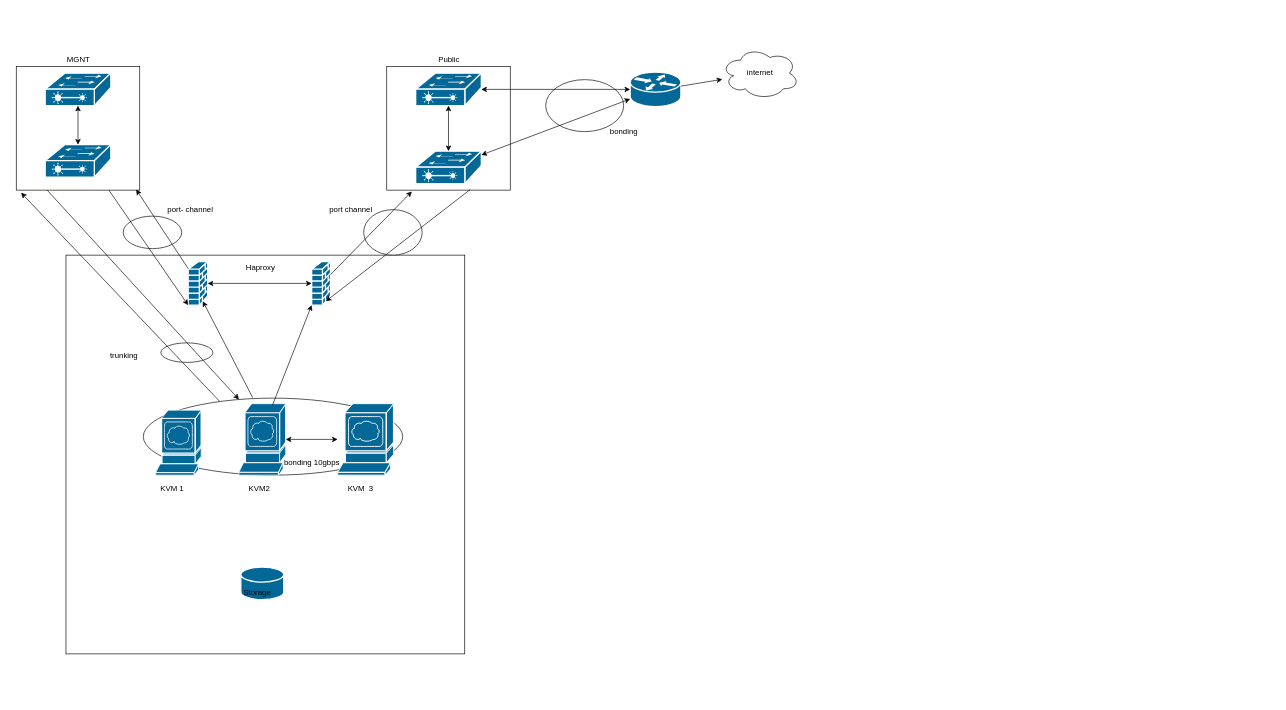
Before: Untitled Diagram.drawio in nda1997/ghi-chep-chung, a draw.io diagram. Source tidied: cells renumbered, new cells numbered last; positions are measured from the earlier drawing's top-left corner, leaving out a move shared by most shapes. Both pictures are drawn from the tidied source at 65%, with x=0, y=0 at pixel (16, 47).
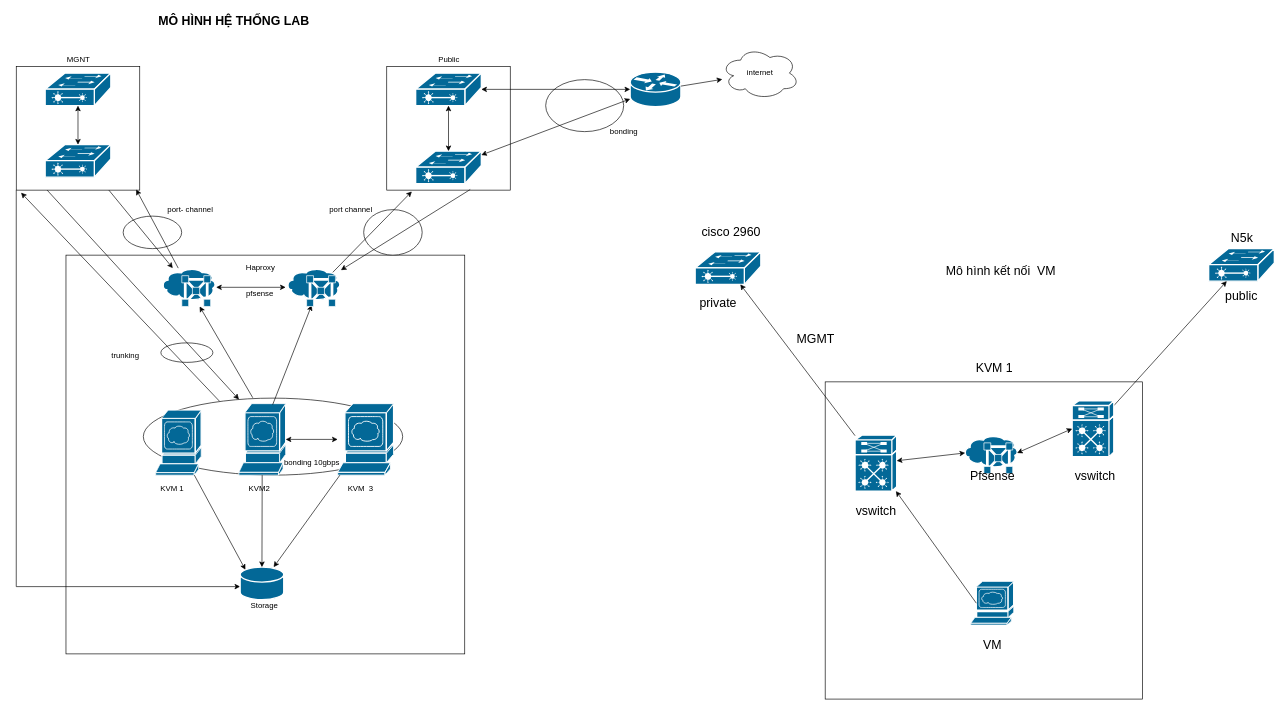
Above is the later version.

Unchanged cells that the change refers to:
```xml
<mxCell id="7" style="ellipse;whiteSpace=wrap;html=1;" parent="1" vertex="1">
  <mxGeometry x="195" y="540" width="399" height="118.5" as="geometry" />
</mxCell>
<mxCell id="8" style="whiteSpace=wrap;html=1;" parent="1" vertex="1">
  <mxGeometry x="569.5" y="30" width="190" height="190" as="geometry" />
</mxCell>
<mxCell id="9" style="whiteSpace=wrap;html=1;" parent="1" vertex="1">
  <mxGeometry x="-0.5" y="30" width="190" height="190" as="geometry" />
</mxCell>
<mxCell id="17" style="shape=mxgraph.cisco.servers.www_server;sketch=0;html=1;dashed=0;fillColor=#036897;strokeColor=#ffffff;strokeWidth=2;verticalLabelPosition=bottom;verticalAlign=top;align=center;outlineConnect=0;" parent="1" vertex="1">
  <mxGeometry x="342" y="548.5" width="72" height="110" as="geometry" />
</mxCell>
<mxCell id="18" style="shape=mxgraph.cisco.servers.www_server;sketch=0;html=1;dashed=0;fillColor=#036897;strokeColor=#ffffff;strokeWidth=2;verticalLabelPosition=bottom;verticalAlign=top;align=center;outlineConnect=0;" parent="1" vertex="1">
  <mxGeometry x="494" y="548.5" width="86" height="110" as="geometry" />
</mxCell>
<mxCell id="19" style="shape=mxgraph.cisco.servers.www_server;sketch=0;html=1;dashed=0;fillColor=#036897;strokeColor=#ffffff;strokeWidth=2;verticalLabelPosition=bottom;verticalAlign=top;align=center;outlineConnect=0;" parent="1" vertex="1">
  <mxGeometry x="214" y="558.5" width="70" height="100" as="geometry" />
</mxCell>
```

The edit, as a diff of the source:
```diff
@@
+    <mxCell id="49" style="edgeStyle=orthogonalEdgeStyle;rounded=0;jettySize=auto;html=1;exitX=0;exitY=1;exitDx=0;exitDy=0;" parent="1" edge="1" source="9" target="16">
+      <mxGeometry relative="1" as="geometry">
+        <Array as="points">
+          <mxPoint y="830" />
+        </Array>
+      </mxGeometry>
+    </mxCell>
@@
     <mxCell id="16" style="shape=mxgraph.cisco.storage.relational_database;sketch=0;html=1;dashed=0;fillColor=#036897;strokeColor=#ffffff;strokeWidth=2;verticalLabelPosition=bottom;verticalAlign=top;align=center;outlineConnect=0;" parent="1" vertex="1">
-      <mxGeometry x="345" y="800" width="66" height="50" as="geometry" />
+      <mxGeometry x="344" y="800" width="67" height="50" as="geometry" />
     </mxCell>
@@
     <mxCell id="20" value="Storage&lt;br&gt;" style="text;html=1;align=center;verticalAlign=middle;strokeColor=none;fillColor=none;" parent="1" vertex="1">
-      <mxGeometry x="339.5" y="830" width="60" height="20" as="geometry" />
+      <mxGeometry x="351" y="850" width="60" height="20" as="geometry" />
     </mxCell>
@@
-    <mxCell id="24" style="shape=mxgraph.cisco.security.firewall;sketch=0;html=1;dashed=0;fillColor=#036897;strokeColor=#ffffff;strokeWidth=2;verticalLabelPosition=bottom;verticalAlign=top;align=center;outlineConnect=0;" parent="1" vertex="1">
-      <mxGeometry x="264" y="330" width="30" height="67" as="geometry" />
-    </mxCell>
-    <mxCell id="25" style="shape=mxgraph.cisco.security.firewall;sketch=0;html=1;dashed=0;fillColor=#036897;strokeColor=#ffffff;strokeWidth=2;verticalLabelPosition=bottom;verticalAlign=top;align=center;outlineConnect=0;" parent="1" vertex="1">
-      <mxGeometry x="454" y="330" width="29" height="67" as="geometry" />
-    </mxCell>
-    <mxCell id="26" style="endArrow=classic;startArrow=classic;html=1;rounded=0;" parent="1" edge="1" source="24" target="25">
-      <mxGeometry relative="1" as="geometry" />
-    </mxCell>
@@
-    <mxCell id="30" style="endArrow=classic;html=1;rounded=0;entryX=0.75;entryY=0.91;entryDx=0;entryDy=0;entryPerimeter=0;exitX=0.422;exitY=-0.005;exitDx=0;exitDy=0;exitPerimeter=0;" parent="1" edge="1" source="7" target="24">
+    <mxCell id="30" style="endArrow=classic;html=1;rounded=0;exitX=0.422;exitY=-0.005;exitDx=0;exitDy=0;exitPerimeter=0;" parent="1" edge="1" source="7" target="61">
       <mxGeometry relative="1" as="geometry" />
     </mxCell>
-    <mxCell id="31" style="endArrow=classic;html=1;rounded=0;entryX=0;entryY=1;entryDx=0;entryDy=0;entryPerimeter=0;" parent="1" edge="1" target="25">
+    <mxCell id="31" style="endArrow=classic;html=1;rounded=0;entryX=0;entryY=1;entryDx=0;entryDy=0;entryPerimeter=0;" parent="1" edge="1">
       <mxGeometry relative="1" as="geometry">
         <mxPoint x="394" y="550" as="sourcePoint" />
+        <mxPoint x="454" y="397" as="targetPoint" />
       </mxGeometry>
     </mxCell>
-    <mxCell id="32" style="endArrow=classic;html=1;rounded=0;entryX=0;entryY=1;entryDx=0;entryDy=0;entryPerimeter=0;exitX=0.75;exitY=1;exitDx=0;exitDy=0;" parent="1" edge="1" source="9" target="24">
+    <mxCell id="32" style="endArrow=classic;html=1;rounded=0;exitX=0.75;exitY=1;exitDx=0;exitDy=0;" parent="1" edge="1" source="9" target="61">
       <mxGeometry relative="1" as="geometry" />
     </mxCell>
-    <mxCell id="33" style="endArrow=classic;html=1;rounded=0;entryX=0.971;entryY=0.995;entryDx=0;entryDy=0;entryPerimeter=0;" parent="1" edge="1" source="24" target="9">
+    <mxCell id="33" style="endArrow=classic;html=1;rounded=0;entryX=0.971;entryY=0.995;entryDx=0;entryDy=0;entryPerimeter=0;" parent="1" edge="1" source="61" target="9">
       <mxGeometry relative="1" as="geometry" />
     </mxCell>
@@
-    <mxCell id="36" style="endArrow=classic;html=1;rounded=0;exitX=0.676;exitY=0.995;exitDx=0;exitDy=0;exitPerimeter=0;entryX=0.75;entryY=0.91;entryDx=0;entryDy=0;entryPerimeter=0;" parent="1" edge="1" source="8" target="25">
+    <mxCell id="36" style="endArrow=classic;html=1;rounded=0;exitX=0.676;exitY=0.995;exitDx=0;exitDy=0;exitPerimeter=0;" parent="1" edge="1" source="8" target="62">
       <mxGeometry relative="1" as="geometry" />
     </mxCell>
@@
     <mxCell id="39" value="trunking&lt;br&gt;" style="text;html=1;align=center;verticalAlign=middle;strokeColor=none;fillColor=none;" parent="1" vertex="1">
-      <mxGeometry x="135" y="465" width="60" height="20" as="geometry" />
+      <mxGeometry x="137" y="465" width="60" height="20" as="geometry" />
     </mxCell>
@@
+    <mxCell id="50" value="pfsense&lt;br&gt;" style="text;html=1;align=center;verticalAlign=middle;strokeColor=none;fillColor=none;" parent="1" vertex="1">
+      <mxGeometry x="344" y="370" width="60" height="20" as="geometry" />
+    </mxCell>
+    <mxCell id="51" style="endArrow=classic;html=1;rounded=0;entryX=0.5;entryY=0;entryDx=0;entryDy=0;entryPerimeter=0;" parent="1" edge="1" source="17" target="16">
+      <mxGeometry relative="1" as="geometry" />
+    </mxCell>
+    <mxCell id="52" style="endArrow=classic;html=1;rounded=0;" parent="1" edge="1" source="18" target="16">
+      <mxGeometry relative="1" as="geometry" />
+    </mxCell>
+    <mxCell id="53" style="endArrow=classic;html=1;rounded=0;entryX=0.12;entryY=0.08;entryDx=0;entryDy=0;entryPerimeter=0;exitX=0.85;exitY=1;exitDx=0;exitDy=0;exitPerimeter=0;" parent="1" edge="1" source="19" target="16">
+      <mxGeometry relative="1" as="geometry" />
+    </mxCell>
+    <mxCell id="54" value="MÔ HÌNH HỆ THỐNG LAB&lt;br style=&quot;font-size: 19px;&quot;&gt;" style="text;html=1;align=center;verticalAlign=middle;strokeColor=none;fillColor=none;fontStyle=1;fontSize=19;" parent="1" vertex="1">
+      <mxGeometry x="209" y="-55" width="250" height="30" as="geometry" />
+    </mxCell>
+    <mxCell id="55" value="Mô hình kết nối&amp;nbsp; VM&lt;br&gt;" style="text;html=1;align=center;verticalAlign=middle;strokeColor=none;fillColor=none;fontSize=19;" parent="1" vertex="1">
+      <mxGeometry x="1424" y="330" width="180" height="30" as="geometry" />
+    </mxCell>
+    <mxCell id="56" style="whiteSpace=wrap;html=1;fontSize=19;" parent="1" vertex="1">
+      <mxGeometry x="1244" y="515" width="488" height="488" as="geometry" />
+    </mxCell>
+    <mxCell id="57" style="shape=mxgraph.cisco.servers.www_server;sketch=0;html=1;dashed=0;fillColor=#036897;strokeColor=#ffffff;strokeWidth=2;verticalLabelPosition=bottom;verticalAlign=top;align=center;outlineConnect=0;fontSize=19;" parent="1" vertex="1">
+      <mxGeometry x="1468" y="822" width="66" height="67" as="geometry" />
+    </mxCell>
+    <mxCell id="58" value="VM&lt;br&gt;" style="text;html=1;align=center;verticalAlign=middle;strokeColor=none;fillColor=none;fontSize=19;" parent="1" vertex="1">
+      <mxGeometry x="1481" y="905" width="40" height="30" as="geometry" />
+    </mxCell>
+    <mxCell id="59" value="KVM 1" style="text;html=1;align=center;verticalAlign=middle;strokeColor=none;fillColor=none;fontSize=19;" parent="1" vertex="1">
+      <mxGeometry x="1469" y="480" width="70" height="30" as="geometry" />
+    </mxCell>
+    <mxCell id="60" style="shape=mxgraph.cisco.security.gatekeeper;sketch=0;html=1;dashed=0;fillColor=#036897;strokeColor=#ffffff;strokeWidth=2;verticalLabelPosition=bottom;verticalAlign=top;align=center;outlineConnect=0;fontSize=19;" parent="1" vertex="1">
+      <mxGeometry x="1456" y="597.2" width="85" height="59" as="geometry" />
+    </mxCell>
+    <mxCell id="61" style="shape=mxgraph.cisco.security.gatekeeper;sketch=0;html=1;dashed=0;fillColor=#036897;strokeColor=#ffffff;strokeWidth=2;verticalLabelPosition=bottom;verticalAlign=top;align=center;outlineConnect=0;fontSize=19;" parent="1" vertex="1">
+      <mxGeometry x="222" y="340" width="85" height="59" as="geometry" />
+    </mxCell>
+    <mxCell id="62" style="shape=mxgraph.cisco.security.gatekeeper;sketch=0;html=1;dashed=0;fillColor=#036897;strokeColor=#ffffff;strokeWidth=2;verticalLabelPosition=bottom;verticalAlign=top;align=center;outlineConnect=0;fontSize=19;" parent="1" vertex="1">
+      <mxGeometry x="414" y="340" width="85" height="59" as="geometry" />
+    </mxCell>
+    <mxCell id="63" style="endArrow=classic;startArrow=classic;html=1;rounded=0;fontSize=19;" parent="1" edge="1" source="61" target="62">
+      <mxGeometry relative="1" as="geometry" />
+    </mxCell>
+    <mxCell id="64" value="Pfsense&lt;br&gt;" style="text;html=1;align=center;verticalAlign=middle;strokeColor=none;fillColor=none;fontSize=19;" parent="1" vertex="1">
+      <mxGeometry x="1461" y="645" width="80" height="30" as="geometry" />
+    </mxCell>
+    <mxCell id="65" style="shape=mxgraph.cisco.switches.virtual_layer_switch;sketch=0;html=1;dashed=0;fillColor=#036897;strokeColor=#ffffff;strokeWidth=2;verticalLabelPosition=bottom;verticalAlign=top;align=center;outlineConnect=0;fontSize=19;" parent="1" vertex="1">
+      <mxGeometry x="1290" y="597" width="64" height="86" as="geometry" />
+    </mxCell>
+    <mxCell id="66" value="vswitch&lt;br&gt;" style="text;html=1;align=center;verticalAlign=middle;strokeColor=none;fillColor=none;fontSize=19;" parent="1" vertex="1">
+      <mxGeometry x="1282" y="700" width="80" height="30" as="geometry" />
+    </mxCell>
+    <mxCell id="67" style="endArrow=classic;html=1;rounded=0;fontSize=19;exitX=0.13;exitY=0.5;exitDx=0;exitDy=0;exitPerimeter=0;" parent="1" edge="1" source="57" target="65">
+      <mxGeometry relative="1" as="geometry" />
+    </mxCell>
+    <mxCell id="68" style="shape=mxgraph.cisco.switches.layer_2_remote_switch;sketch=0;html=1;dashed=0;fillColor=#036897;strokeColor=#ffffff;strokeWidth=2;verticalLabelPosition=bottom;verticalAlign=top;align=center;outlineConnect=0;fontSize=19;" parent="1" vertex="1">
+      <mxGeometry x="1044" y="315" width="101" height="50" as="geometry" />
+    </mxCell>
+    <mxCell id="69" value="cisco 2960&lt;br&gt;" style="text;html=1;align=center;verticalAlign=middle;strokeColor=none;fillColor=none;fontSize=19;" parent="1" vertex="1">
+      <mxGeometry x="1044" y="270" width="110" height="30" as="geometry" />
+    </mxCell>
+    <mxCell id="70" style="endArrow=classic;html=1;rounded=0;fontSize=19;" parent="1" edge="1" source="65" target="68">
+      <mxGeometry relative="1" as="geometry" />
+    </mxCell>
+    <mxCell id="71" value="MGMT" style="text;html=1;align=center;verticalAlign=middle;strokeColor=none;fillColor=none;fontSize=19;" parent="1" vertex="1">
+      <mxGeometry x="1194" y="435" width="70" height="30" as="geometry" />
+    </mxCell>
+    <mxCell id="72" style="shape=mxgraph.cisco.switches.layer_2_remote_switch;sketch=0;html=1;dashed=0;fillColor=#036897;strokeColor=#ffffff;strokeWidth=2;verticalLabelPosition=bottom;verticalAlign=top;align=center;outlineConnect=0;fontSize=19;" parent="1" vertex="1">
+      <mxGeometry x="1834" y="310" width="101" height="50" as="geometry" />
+    </mxCell>
+    <mxCell id="73" value="private&lt;br&gt;" style="text;html=1;align=center;verticalAlign=middle;strokeColor=none;fillColor=none;fontSize=19;" parent="1" vertex="1">
+      <mxGeometry x="1044" y="380" width="70" height="30" as="geometry" />
+    </mxCell>
+    <mxCell id="74" value="public&lt;br&gt;" style="text;html=1;align=center;verticalAlign=middle;strokeColor=none;fillColor=none;fontSize=19;" parent="1" vertex="1">
+      <mxGeometry x="1849" y="369" width="70" height="30" as="geometry" />
+    </mxCell>
+    <mxCell id="75" value="N5k" style="text;html=1;align=center;verticalAlign=middle;strokeColor=none;fillColor=none;fontSize=19;" parent="1" vertex="1">
+      <mxGeometry x="1859.5" y="280" width="50" height="30" as="geometry" />
+    </mxCell>
+    <mxCell id="76" style="endArrow=classic;html=1;rounded=0;fontSize=19;" parent="1" edge="1" source="77" target="72">
+      <mxGeometry relative="1" as="geometry" />
+    </mxCell>
+    <mxCell id="77" style="shape=mxgraph.cisco.switches.virtual_layer_switch;sketch=0;html=1;dashed=0;fillColor=#036897;strokeColor=#ffffff;strokeWidth=2;verticalLabelPosition=bottom;verticalAlign=top;align=center;outlineConnect=0;fontSize=19;" parent="1" vertex="1">
+      <mxGeometry x="1624" y="544" width="64" height="86" as="geometry" />
+    </mxCell>
+    <mxCell id="78" style="endArrow=classic;startArrow=classic;html=1;rounded=0;fontSize=19;entryX=0.04;entryY=0.46;entryDx=0;entryDy=0;entryPerimeter=0;" parent="1" edge="1" source="65" target="60">
+      <mxGeometry relative="1" as="geometry" />
+    </mxCell>
+    <mxCell id="79" value="vswitch" style="text;html=1;align=center;verticalAlign=middle;strokeColor=none;fillColor=none;fontSize=19;" parent="1" vertex="1">
+      <mxGeometry x="1619" y="645" width="80" height="30" as="geometry" />
+    </mxCell>
+    <mxCell id="80" style="endArrow=classic;startArrow=classic;html=1;rounded=0;fontSize=19;entryX=0;entryY=0.5;entryDx=0;entryDy=0;entryPerimeter=0;exitX=0.98;exitY=0.46;exitDx=0;exitDy=0;exitPerimeter=0;" parent="1" edge="1" source="60" target="77">
+      <mxGeometry relative="1" as="geometry" />
+    </mxCell>
```
